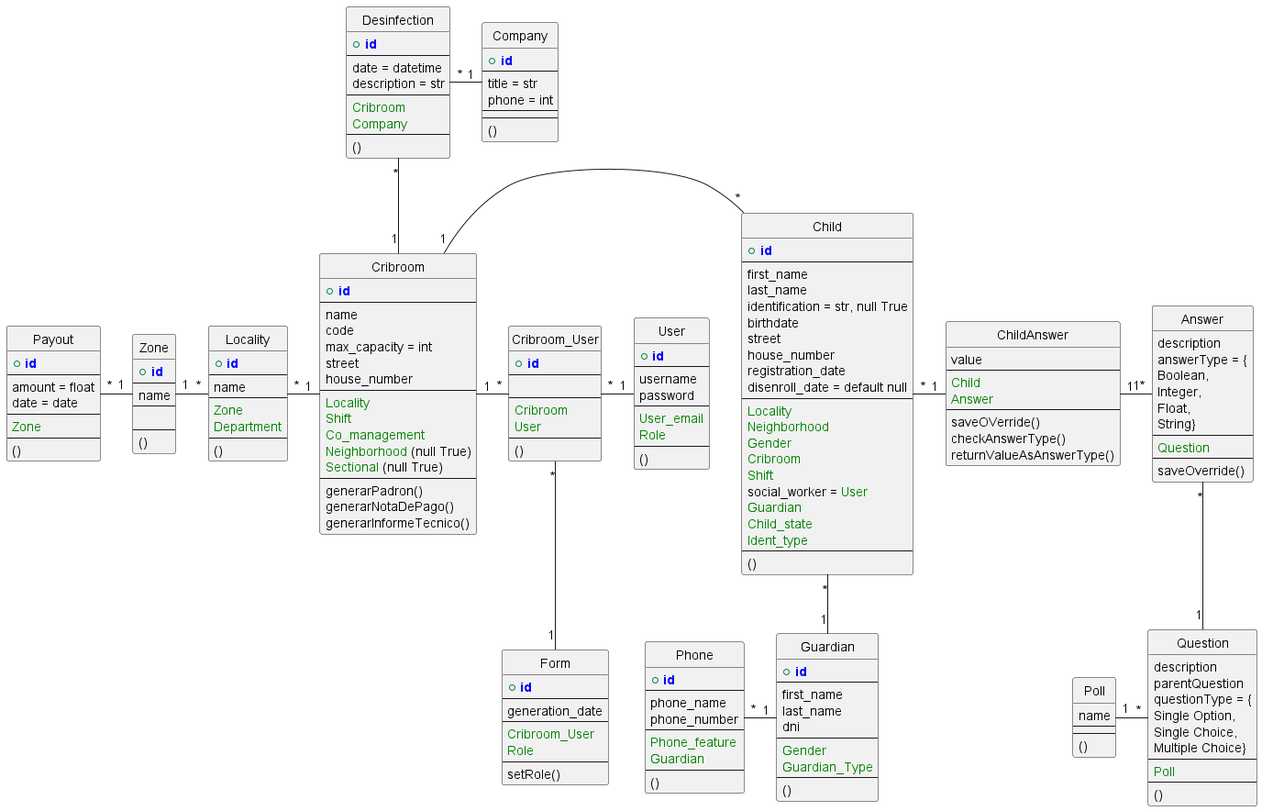
santiago6124/SalasCuna keeps this PlantUML diagram as Documentation/diagrams/diagram.png. Above is the earlier version.
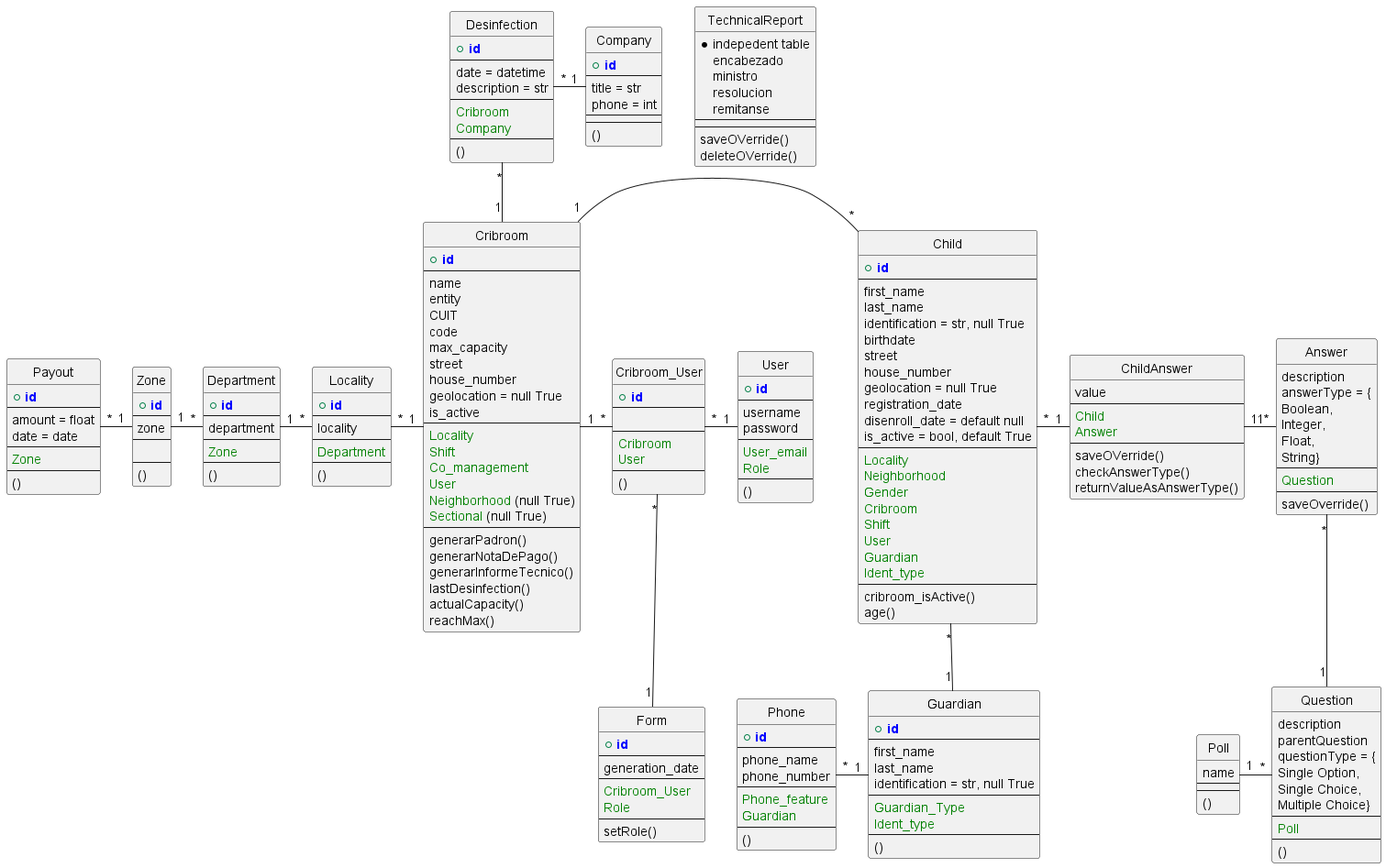
Later version of the same file.

Commit message:
diagram release

Change to the diagram source:
```diff
@@ -9,20 +9,28 @@
     + PRIMARY_KEY(id)
     --
     name
+    entity
+    CUIT
     code
-    max_capacity = int
+    max_capacity
     street
     house_number
+    geolocation = null True
+    is_active
     --
     FOREIGN_KEY(Locality)
     FOREIGN_KEY(Shift)
     FOREIGN_KEY(Co_management)
+    FOREIGN_KEY(User)
     FOREIGN_KEY(Neighborhood) (null True)
     FOREIGN_KEY(Sectional) (null True)
     --
     generarPadron()
     generarNotaDePago()
     generarInformeTecnico()
+    lastDesinfection()
+    actualCapacity()
+    reachMax()
 }
 
 entity Company {
@@ -64,7 +72,7 @@
 entity Zone {
     + PRIMARY_KEY(id)
     --
-    name
+    zone
     --
 
     --
@@ -82,20 +90,22 @@
     birthdate
     street
     house_number
+    geolocation = null True
     registration_date
     disenroll_date = default null
+    is_active = bool, default True
     --
     FOREIGN_KEY(Locality)
     FOREIGN_KEY(Neighborhood)
     FOREIGN_KEY(Gender)
     FOREIGN_KEY(Cribroom)
     FOREIGN_KEY(Shift)
-    social_worker = FOREIGN_KEY(User)
+    FOREIGN_KEY(User)
     FOREIGN_KEY(Guardian)
-    FOREIGN_KEY(Child_state)
     FOREIGN_KEY(Ident_type)
     --
-    ()
+    cribroom_isActive()
+    age()
 }
 
 Cribroom "1" - "*" Child
@@ -132,10 +142,10 @@
     --
     first_name
     last_name
-    dni
+    identification = str, null True
     --
-    FOREIGN_KEY(Gender)
     FOREIGN_KEY(Guardian_Type)
+    FOREIGN_KEY(Ident_type)
     --
     ()
 }
@@ -172,15 +182,25 @@
 entity Locality {
     + PRIMARY_KEY(id)
     --
-    name
+    locality
     --
-    FOREIGN_KEY(Zone)
     FOREIGN_KEY(Department)
     --
     ()
 }
 
-Zone "1" - "*" Locality
+entity Department {
+    + PRIMARY_KEY(id)
+    --
+    department
+    --
+    FOREIGN_KEY(Zone)
+    --
+    ()
+}
+
+Department "1" - "*" Locality
+Zone "1" - "*" Department
 Locality "*" - "1" Cribroom
 
 
@@ -233,4 +253,16 @@
 Answer "*" -- "1" Question
 Poll "1" - "*" Question
 
+class TechnicalReport{
+    *indepedent table
+    encabezado
+    ministro
+    resolucion
+    remitanse
+    --
+    --
+    saveOVerride()
+    deleteOVerride()
+}
+
 @enduml
```
